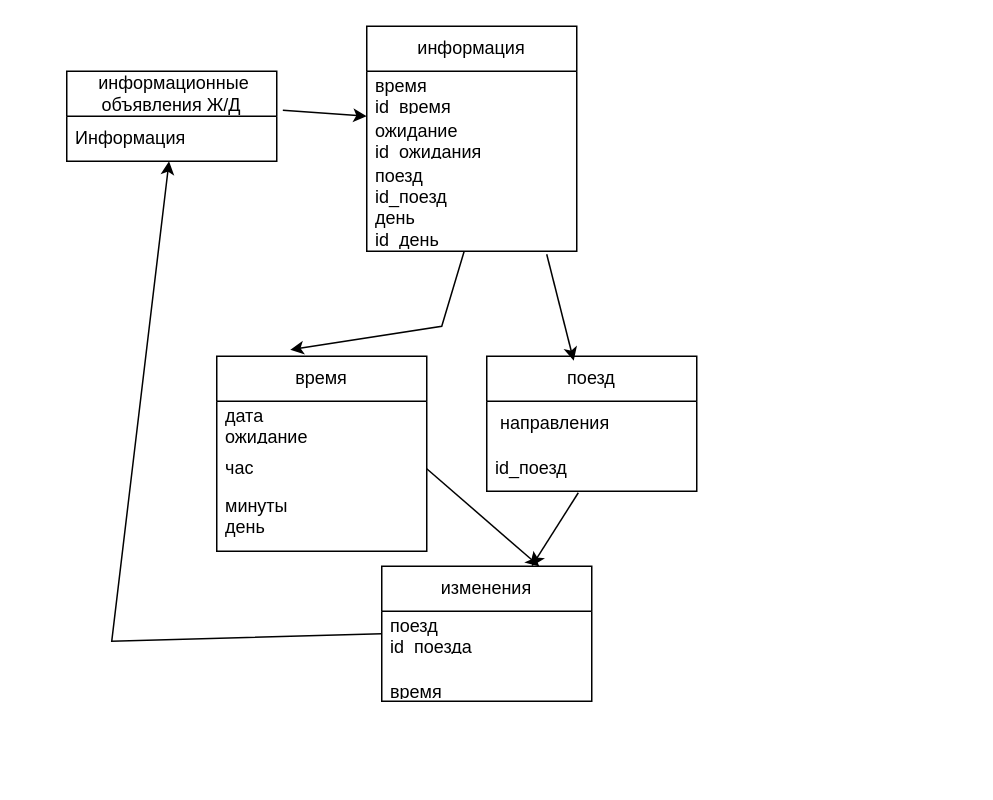
Danila7926/Algoritmkukushkin keeps this draw.io diagram as page "Страница — 9" (9 of 9) of Диаграмма без названия.drawio. Above is the earlier version. Source tidied: cells renumbered, new cells numbered last; positions are measured from the earlier drawing's top-left corner, leaving out a move shared by most shapes. Both pictures are drawn from the tidied source at 150%, with x=0, y=0 at pixel (66, 26).
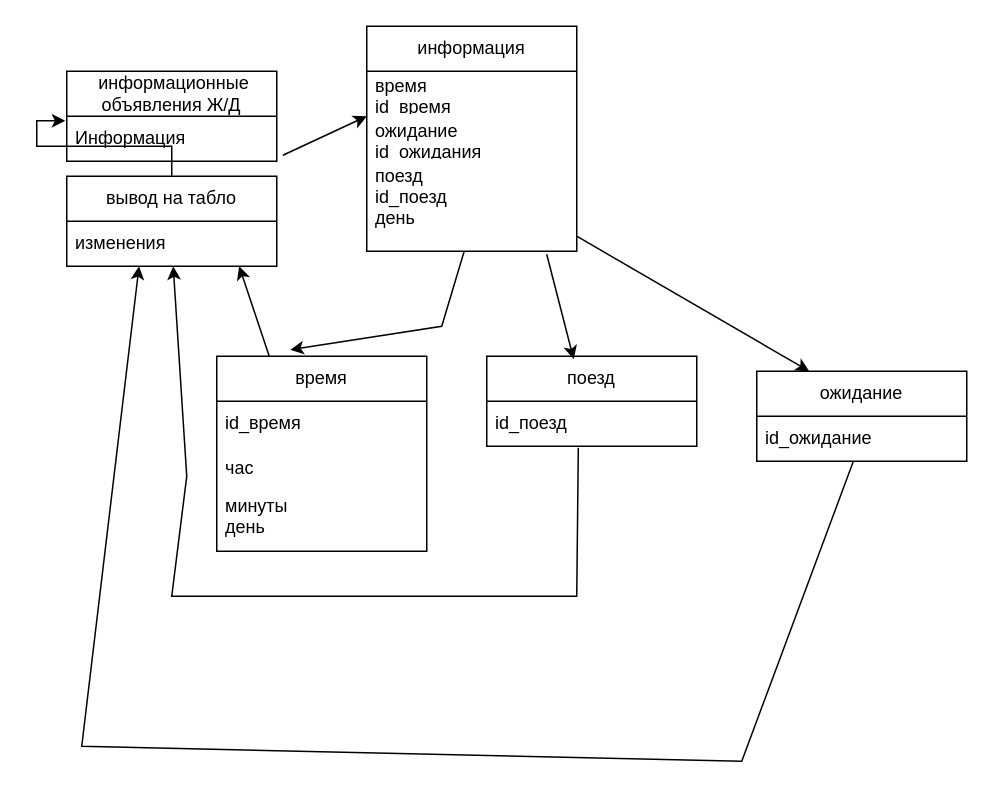
The same diagram, later.

The change refers to these unchanged cells:
```xml
<mxCell id="3" value="Информация" style="text;strokeColor=none;fillColor=none;align=left;verticalAlign=middle;spacingLeft=4;spacingRight=4;overflow=hidden;points=[[0,0.5],[1,0.5]];portConstraint=eastwest;whiteSpace=wrap;html=1;" parent="2" vertex="1">
  <mxGeometry y="30" width="140" height="30" as="geometry" />
</mxCell>
<mxCell id="11" value="время" style="swimlane;fontStyle=0;horizontal=1;startSize=30;whiteSpace=wrap;html=1;" parent="1" vertex="1">
  <mxGeometry x="100" y="220" width="140" height="130" as="geometry" />
</mxCell>
<mxCell id="13" value="час" style="text;strokeColor=none;fillColor=none;align=left;verticalAlign=middle;spacingLeft=4;spacingRight=4;overflow=hidden;points=[[0,0.5],[1,0.5]];portConstraint=eastwest;whiteSpace=wrap;html=1;" parent="11" vertex="1">
  <mxGeometry y="60" width="140" height="30" as="geometry" />
</mxCell>
<mxCell id="15" value="информация" style="swimlane;fontStyle=0;horizontal=1;startSize=30;whiteSpace=wrap;html=1;" parent="1" vertex="1">
  <mxGeometry x="200" width="140" height="150" as="geometry" />
</mxCell>
```

Diff of the diagram source:
```diff
@@
-    <mxCell id="4" style="endArrow=classic;html=1;rounded=0;exitX=1.029;exitY=-0.133;exitDx=0;exitDy=0;exitPerimeter=0;entryX=0;entryY=0.5;entryDx=0;entryDy=0;" parent="1" edge="1" source="3">
+    <mxCell id="4" style="endArrow=classic;html=1;rounded=0;exitX=1.029;exitY=-0.133;exitDx=0;exitDy=0;exitPerimeter=0;entryX=0;entryY=0.5;entryDx=0;entryDy=0;" parent="1" edge="1">
       <mxGeometry relative="1" as="geometry">
+        <mxPoint x="144.1" y="86" as="sourcePoint" />
         <mxPoint x="200" y="60" as="targetPoint" />
       </mxGeometry>
     </mxCell>
-    <mxCell id="5" value="изменения" style="swimlane;fontStyle=0;horizontal=1;startSize=30;whiteSpace=wrap;html=1;" parent="1" vertex="1">
-      <mxGeometry x="210" y="360" width="140" height="90" as="geometry" />
+    <mxCell id="5" value="ожидание" style="swimlane;fontStyle=0;horizontal=1;startSize=30;whiteSpace=wrap;html=1;" parent="1" vertex="1">
+      <mxGeometry x="460" y="230" width="140" height="60" as="geometry" />
     </mxCell>
-    <mxCell id="6" value="поезд&lt;div&gt;id_поезда&lt;/div&gt;" style="text;strokeColor=none;fillColor=none;align=left;verticalAlign=middle;spacingLeft=4;spacingRight=4;overflow=hidden;points=[[0,0.5],[1,0.5]];portConstraint=eastwest;whiteSpace=wrap;html=1;" parent="5" vertex="1">
+    <mxCell id="6" value="id_ожидание" style="text;strokeColor=none;fillColor=none;align=left;verticalAlign=middle;spacingLeft=4;spacingRight=4;overflow=hidden;points=[[0,0.5],[1,0.5]];portConstraint=eastwest;whiteSpace=wrap;html=1;" parent="5" vertex="1">
       <mxGeometry y="30" width="140" height="30" as="geometry" />
     </mxCell>
-    <mxCell id="7" value="&lt;div&gt;&lt;br&gt;&lt;/div&gt;&lt;div&gt;время&lt;/div&gt;" style="text;strokeColor=none;fillColor=none;align=left;verticalAlign=middle;spacingLeft=4;spacingRight=4;overflow=hidden;whiteSpace=wrap;html=1;" parent="5" vertex="1">
-      <mxGeometry y="60" width="140" height="30" as="geometry" />
-    </mxCell>
@@
-    <mxCell id="9" style="endArrow=classic;html=1;rounded=0;entryX=0.75;entryY=0;entryDx=0;entryDy=0;exitX=1;exitY=0.5;exitDx=0;exitDy=0;" parent="1" edge="1" source="13" target="5">
-      <mxGeometry relative="1" as="geometry" />
-    </mxCell>
-    <mxCell id="10" style="endArrow=classic;html=1;rounded=0;exitX=0;exitY=0.5;exitDx=0;exitDy=0;" parent="1" edge="1" source="6" target="3">
+    <mxCell id="10" style="endArrow=classic;html=1;rounded=0;" parent="1" edge="1" source="6">
       <mxGeometry relative="1" as="geometry">
+        <mxPoint x="48.2" y="160" as="targetPoint" />
         <Array as="points">
-          <mxPoint x="30" y="410" />
+          <mxPoint x="450" y="490" />
+          <mxPoint x="10" y="480" />
         </Array>
       </mxGeometry>
     </mxCell>
@@
-    <mxCell id="12" value="дата&lt;div&gt;ожидание&lt;/div&gt;" style="text;strokeColor=none;fillColor=none;align=left;verticalAlign=middle;spacingLeft=4;spacingRight=4;overflow=hidden;whiteSpace=wrap;html=1;" parent="11" vertex="1">
+    <mxCell id="12" value="id_время" style="text;strokeColor=none;fillColor=none;align=left;verticalAlign=middle;spacingLeft=4;spacingRight=4;overflow=hidden;whiteSpace=wrap;html=1;" parent="11" vertex="1">
       <mxGeometry y="30" width="140" height="30" as="geometry" />
     </mxCell>
@@
-    <mxCell id="18" value="поезд&lt;div&gt;id_поезд&lt;/div&gt;&lt;div&gt;день&lt;/div&gt;&lt;div&gt;id_день&lt;/div&gt;" style="text;strokeColor=none;fillColor=none;align=left;verticalAlign=middle;spacingLeft=4;spacingRight=4;overflow=hidden;points=[[0,0.5],[1,0.5]];portConstraint=eastwest;whiteSpace=wrap;html=1;" parent="15" vertex="1">
+    <mxCell id="18" value="поезд&lt;div&gt;id_поезд&lt;/div&gt;&lt;div&gt;день&lt;/div&gt;&lt;div&gt;&lt;br&gt;&lt;/div&gt;" style="text;strokeColor=none;fillColor=none;align=left;verticalAlign=middle;spacingLeft=4;spacingRight=4;overflow=hidden;points=[[0,0.5],[1,0.5]];portConstraint=eastwest;whiteSpace=wrap;html=1;" parent="15" vertex="1">
       <mxGeometry y="90" width="140" height="60" as="geometry" />
     </mxCell>
     <mxCell id="19" value="поезд" style="swimlane;fontStyle=0;horizontal=1;startSize=30;whiteSpace=wrap;html=1;" parent="1" vertex="1">
-      <mxGeometry x="280" y="220" width="140" height="90" as="geometry" />
+      <mxGeometry x="280" y="220" width="140" height="60" as="geometry" />
     </mxCell>
-    <mxCell id="20" value="&amp;nbsp;направления" style="text;strokeColor=none;fillColor=none;align=left;verticalAlign=middle;spacingLeft=4;spacingRight=4;overflow=hidden;whiteSpace=wrap;html=1;" parent="19" vertex="1">
-      <mxGeometry y="30" width="140" height="30" as="geometry" />
-    </mxCell>
     <mxCell id="21" value="id_поезд" style="text;strokeColor=none;fillColor=none;align=left;verticalAlign=middle;spacingLeft=4;spacingRight=4;overflow=hidden;points=[[0,0.5],[1,0.5]];portConstraint=eastwest;whiteSpace=wrap;html=1;" parent="19" vertex="1">
-      <mxGeometry y="60" width="140" height="30" as="geometry" />
+      <mxGeometry y="30" width="140" height="30" as="geometry" />
     </mxCell>
@@
-    <mxCell id="23" style="endArrow=classic;html=1;rounded=0;exitX=0.436;exitY=1.033;exitDx=0;exitDy=0;exitPerimeter=0;" parent="1" edge="1" source="21">
+    <mxCell id="23" style="endArrow=classic;html=1;rounded=0;exitX=0.436;exitY=1.033;exitDx=0;exitDy=0;exitPerimeter=0;" parent="1" edge="1" source="21" target="27">
       <mxGeometry relative="1" as="geometry">
-        <mxPoint x="310" y="360" as="targetPoint" />
+        <Array as="points">
+          <mxPoint x="340" y="380" />
+          <mxPoint x="70" y="380" />
+          <mxPoint x="80" y="300" />
+        </Array>
       </mxGeometry>
     </mxCell>
+    <mxCell id="24" style="endArrow=classic;html=1;rounded=0;exitX=0.25;exitY=0;exitDx=0;exitDy=0;entryX=0.821;entryY=1;entryDx=0;entryDy=0;entryPerimeter=0;" parent="1" edge="1" source="11" target="27">
+      <mxGeometry relative="1" as="geometry" />
+    </mxCell>
+    <mxCell id="25" style="endArrow=classic;html=1;rounded=0;exitX=1;exitY=0.833;exitDx=0;exitDy=0;exitPerimeter=0;entryX=0.25;entryY=0;entryDx=0;entryDy=0;" parent="1" edge="1" source="18" target="5">
+      <mxGeometry relative="1" as="geometry" />
+    </mxCell>
+    <mxCell id="26" value="вывод на табло" style="swimlane;fontStyle=0;horizontal=1;startSize=30;whiteSpace=wrap;html=1;" parent="1" vertex="1">
+      <mxGeometry y="100" width="140" height="60" as="geometry" />
+    </mxCell>
+    <mxCell id="27" value="изменения" style="text;strokeColor=none;fillColor=none;align=left;verticalAlign=middle;spacingLeft=4;spacingRight=4;overflow=hidden;points=[[0,0.5],[1,0.5]];portConstraint=eastwest;whiteSpace=wrap;html=1;" parent="26" vertex="1">
+      <mxGeometry y="30" width="140" height="30" as="geometry" />
+    </mxCell>
+    <mxCell id="28" style="edgeStyle=orthogonalEdgeStyle;rounded=0;jettySize=auto;html=1;entryX=-0.007;entryY=0.1;entryDx=0;entryDy=0;entryPerimeter=0;" parent="1" edge="1" source="26" target="3">
+      <mxGeometry relative="1" as="geometry" />
+    </mxCell>
```
